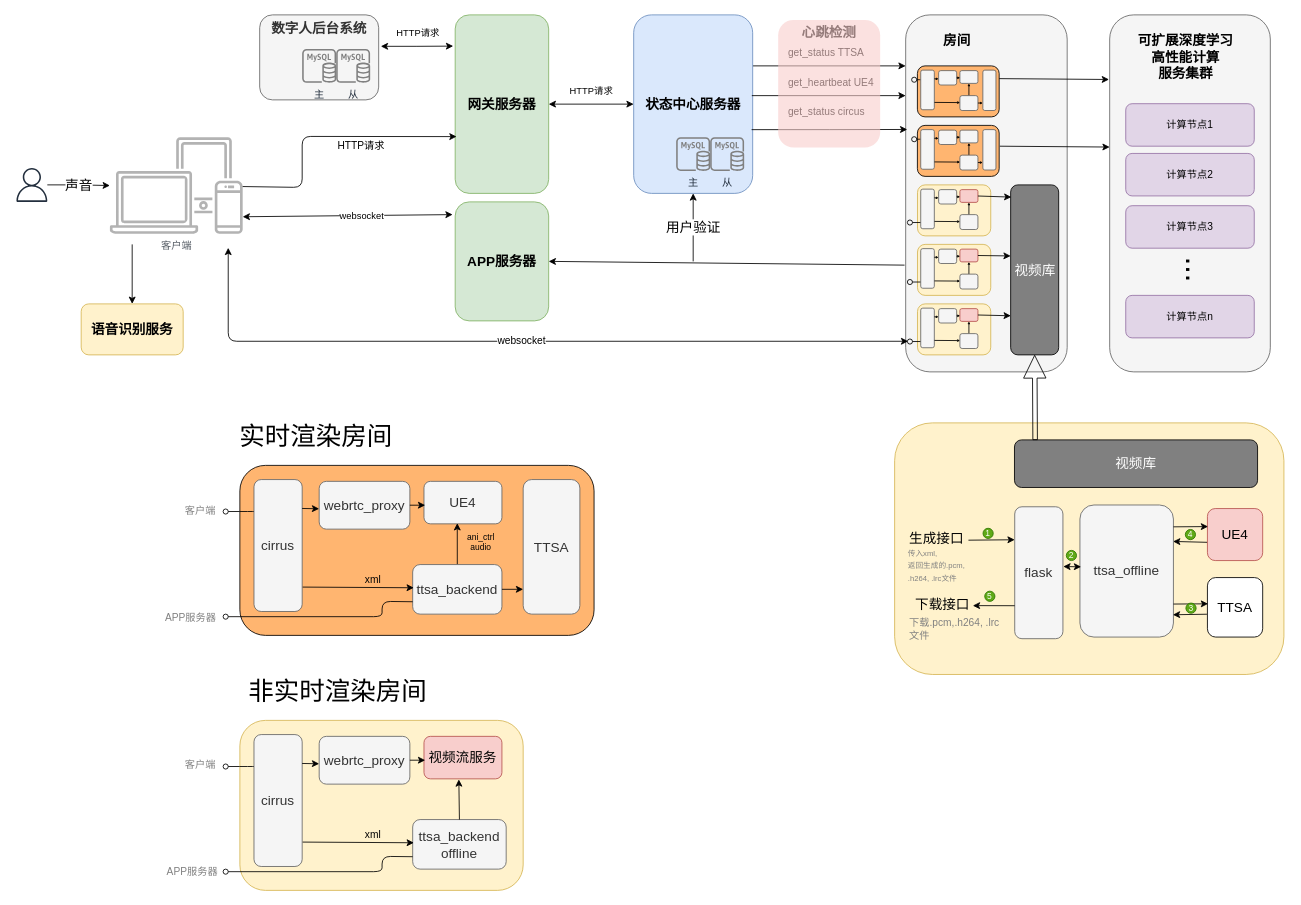
This is page "Page-4" (4 of 4) of assets/drawio/ttsa.drawio from atanx/atanx.github.io, a draw.io file, before an edit. Source tidied: cells renumbered, new cells numbered last; positions are measured from the earlier drawing's top-left corner, leaving out a move shared by most shapes. Both pictures are drawn from the tidied source at 85%, with x=0, y=0 at pixel (14, 14).
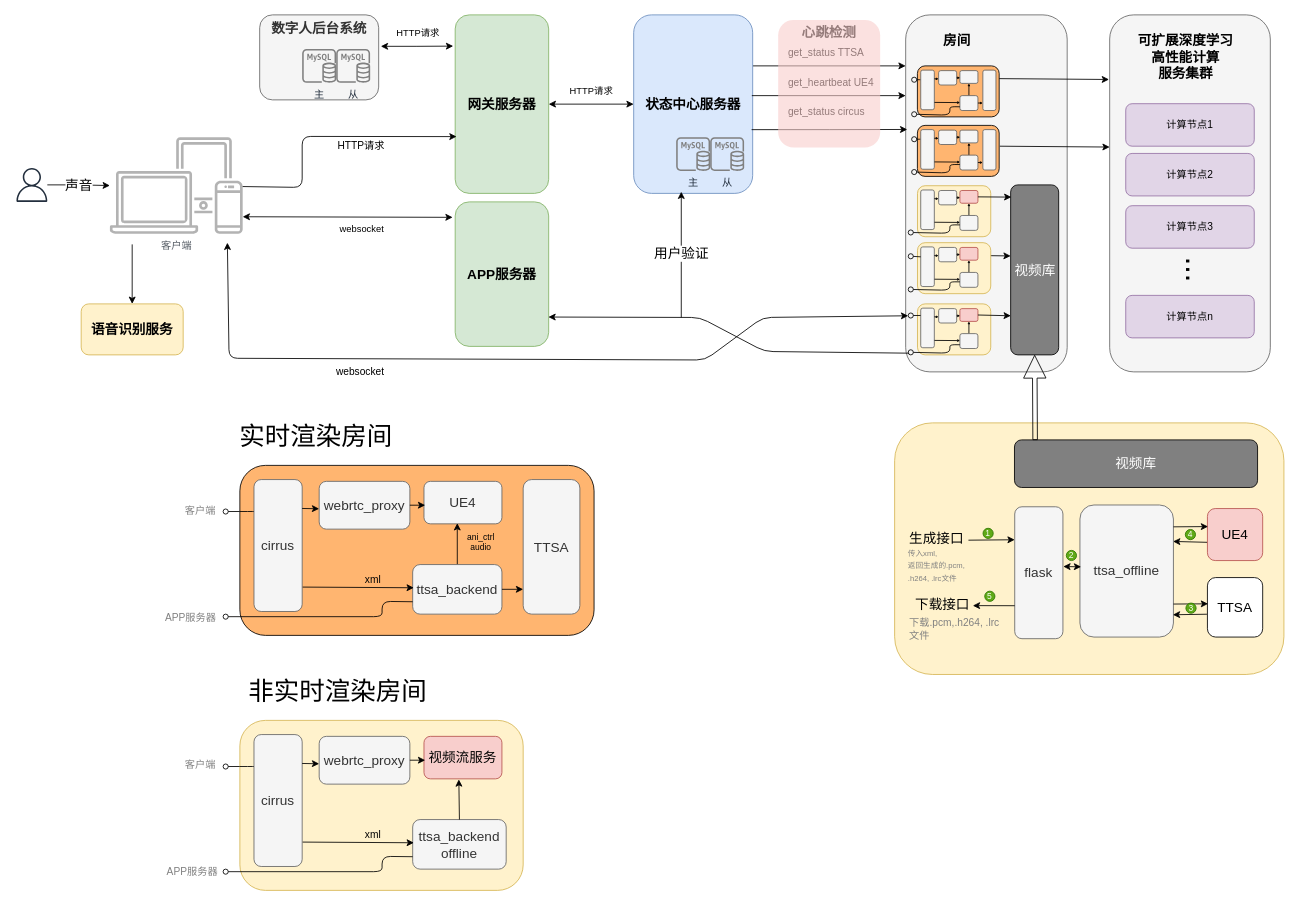
After the change.

The change refers to these unchanged cells:
```xml
<mxCell id="2" value="客户端" style="outlineConnect=0;gradientColor=none;fontColor=#545B64;strokeColor=none;fillColor=#B3B3B3;dashed=0;verticalLabelPosition=bottom;verticalAlign=top;align=center;html=1;fontSize=12;fontStyle=0;shape=mxgraph.aws4.illustration_devices;" parent="1" vertex="1">
  <mxGeometry x="111.8" y="143.8" width="156.2" height="114" as="geometry" />
</mxCell>
<mxCell id="8" value="状态中心服务器" style="rounded=1;whiteSpace=wrap;html=1;fillColor=#dae8fc;strokeColor=#6c8ebf;fontStyle=1;fontSize=16;" parent="1" vertex="1">
  <mxGeometry x="728" width="140" height="210" as="geometry" />
</mxCell>
<mxCell id="9" style="rounded=1;whiteSpace=wrap;html=1;fillColor=#f5f5f5;strokeColor=#666666;fontColor=#333333;" parent="1" vertex="1">
  <mxGeometry x="1048" width="190" height="420" as="geometry" />
</mxCell>
<mxCell id="35" value="get_status circus" style="text;html=1;fontSize=12;fontColor=#000000;" parent="1" vertex="1">
  <mxGeometry x="908" y="100" width="150" height="30" as="geometry" />
</mxCell>
<mxCell id="44" style="rounded=1;whiteSpace=wrap;html=1;strokeColor=#666666;fillColor=#f5f5f5;fontSize=16;fontColor=#333333;" parent="38" vertex="1">
  <mxGeometry x="53.8" y="35" width="21.2" height="17.5" as="geometry" />
</mxCell>
<mxCell id="51" style="group;" parent="1" vertex="1">
  <mxGeometry x="1058" y="130" width="113.5" height="67.5" as="geometry" />
</mxCell>
<mxCell id="67" value="视频库" style="rounded=1;whiteSpace=wrap;html=1;strokeColor=#000000;fillColor=#808080;gradientColor=none;fontSize=16;fontColor=#FFFFFF;" parent="1" vertex="1">
  <mxGeometry x="1171.5" y="200" width="56.5" height="200" as="geometry" />
</mxCell>
<mxCell id="68" style="group;" parent="1" vertex="1">
  <mxGeometry x="1058" y="340" width="113.5" height="67.5" as="geometry" />
</mxCell>
<mxCell id="71" style="rounded=1;whiteSpace=wrap;html=1;strokeColor=#666666;fillColor=#f5f5f5;fontSize=16;fontColor=#333333;" parent="68" vertex="1">
  <mxGeometry x="7.7" y="5" width="16" height="46.6" as="geometry" />
</mxCell>
```

What changed in the source:
```diff
@@
     <mxCell id="6" value="APP服务器" style="rounded=1;whiteSpace=wrap;html=1;fillColor=#d5e8d4;strokeColor=#82b366;fontStyle=1;fontSize=16;" parent="1" vertex="1">
-      <mxGeometry x="518" y="220" width="110" height="140" as="geometry" />
+      <mxGeometry x="518" y="220" width="110" height="170" as="geometry" />
     </mxCell>
@@
     <mxCell id="17" value="websocket" style="endArrow=classic;html=1;startArrow=classic;startFill=1;exitX=1;exitY=0.823;exitDx=0;exitDy=0;exitPerimeter=0;entryX=-0.027;entryY=0.107;entryDx=0;entryDy=0;entryPerimeter=0;" parent="1" edge="1" source="2" target="6">
-      <mxGeometry x="0.13" y="-1" relative="1" as="geometry" />
+      <mxGeometry x="0.13" y="-14" relative="1" as="geometry" />
     </mxCell>
@@
-    <mxCell id="23" style="endArrow=classic;html=1;fontSize=16;entryX=1;entryY=0.5;entryDx=0;entryDy=0;exitX=-0.007;exitY=0.701;exitDx=0;exitDy=0;exitPerimeter=0;" parent="1" edge="1" source="9" target="6">
+    <mxCell id="23" style="endArrow=classic;html=1;fontSize=16;entryX=0.997;entryY=0.797;entryDx=0;entryDy=0;entryPerimeter=0;" parent="1" edge="1" target="6">
       <mxGeometry x="-0.66" y="29" relative="1" as="geometry">
+        <mxPoint x="1052" y="398" as="sourcePoint" />
+        <Array as="points">
+          <mxPoint x="882" y="396" />
+          <mxPoint x="806" y="356" />
+        </Array>
         <mxPoint x="-29" y="29" as="offset" />
       </mxGeometry>
     </mxCell>
-    <mxCell id="24" value="用户验证" style="endArrow=classic;html=1;fontSize=16;entryX=0.5;entryY=1;entryDx=0;entryDy=0;" parent="1" edge="1" target="8">
+    <mxCell id="24" value="用户验证" style="endArrow=classic;html=1;fontSize=16;" parent="1" edge="1">
       <mxGeometry x="0.01" relative="1" as="geometry">
-        <mxPoint x="798" y="290" as="sourcePoint" />
+        <mxPoint x="784" y="356" as="sourcePoint" />
+        <mxPoint x="784" y="208" as="targetPoint" />
       </mxGeometry>
     </mxCell>
@@
+    <mxCell id="165" style="endArrow=none;startArrow=oval;html=1;strokeWidth=1;fontSize=12;fontColor=#808080;entryX=0;entryY=0.75;entryDx=0;entryDy=0;startFill=0;endFill=0;" parent="51" edge="1">
+      <mxGeometry relative="1" as="geometry">
+        <mxPoint y="54.9" as="sourcePoint" />
+        <mxPoint x="53.8" y="46.1" as="targetPoint" />
+        <Array as="points">
+          <mxPoint x="42" y="56" />
+          <mxPoint x="42" y="46" />
+        </Array>
+      </mxGeometry>
+    </mxCell>
     <mxCell id="64" value="websocket" style="endArrow=classic;startArrow=classic;html=1;strokeWidth=1;fontSize=12;fontColor=#000000;" parent="1" edge="1">
-      <mxGeometry relative="1" as="geometry">
-        <mxPoint x="251" y="274" as="sourcePoint" />
-        <mxPoint x="1051" y="384" as="targetPoint" />
+      <mxGeometry x="-0.39" y="-15" relative="1" as="geometry">
+        <mxPoint x="250" y="268" as="sourcePoint" />
+        <mxPoint x="1051" y="354" as="targetPoint" />
         <Array as="points">
-          <mxPoint x="251" y="384" />
+          <mxPoint x="252" y="404" />
+          <mxPoint x="812" y="406" />
+          <mxPoint x="880" y="356" />
         </Array>
       </mxGeometry>
     </mxCell>
@@
-    <mxCell id="70" style="edgeStyle=orthogonalEdgeStyle;orthogonalLoop=1;jettySize=auto;html=1;exitX=0.01;exitY=0.845;exitDx=0;exitDy=0;startArrow=none;startFill=0;endArrow=oval;endFill=0;fontSize=16;fontColor=#000000;exitPerimeter=0;curved=1;" parent="68" edge="1">
-      <mxGeometry relative="1" as="geometry">
-        <mxPoint x="22.9" y="44.3" as="sourcePoint" />
-        <mxPoint x="-5" y="44" as="targetPoint" />
-      </mxGeometry>
-    </mxCell>
@@
-    <mxCell id="79" style="group;" parent="1" vertex="1">
-      <mxGeometry x="1058" y="270" width="113.5" height="67.5" as="geometry" />
-    </mxCell>
-    <mxCell id="80" style="rounded=1;whiteSpace=wrap;html=1;fillColor=#fff2cc;fontSize=16;strokeColor=#d6b656;" parent="79" vertex="1">
-      <mxGeometry x="3.9" width="86.2" height="60" as="geometry" />
-    </mxCell>
-    <mxCell id="81" style="edgeStyle=orthogonalEdgeStyle;orthogonalLoop=1;jettySize=auto;html=1;exitX=0.01;exitY=0.845;exitDx=0;exitDy=0;startArrow=none;startFill=0;endArrow=oval;endFill=0;fontSize=16;fontColor=#000000;exitPerimeter=0;curved=1;" parent="79" edge="1">
-      <mxGeometry relative="1" as="geometry">
-        <mxPoint x="22.9" y="44.3" as="sourcePoint" />
-        <mxPoint x="-5" y="44" as="targetPoint" />
-      </mxGeometry>
-    </mxCell>
-    <mxCell id="82" style="rounded=1;whiteSpace=wrap;html=1;strokeColor=#666666;fillColor=#f5f5f5;fontSize=16;fontColor=#333333;" parent="79" vertex="1">
-      <mxGeometry x="7.7" y="5" width="16" height="46.6" as="geometry" />
-    </mxCell>
-    <mxCell id="83" style="rounded=1;whiteSpace=wrap;html=1;strokeColor=#b85450;fillColor=#f8cecc;fontSize=16;" parent="79" vertex="1">
-      <mxGeometry x="53.8" y="5.6" width="21.2" height="15" as="geometry" />
-    </mxCell>
-    <mxCell id="84" style="edgeStyle=orthogonalEdgeStyle;rounded=0;jettySize=auto;html=1;exitX=0.5;exitY=0;exitDx=0;exitDy=0;entryX=0.5;entryY=1;entryDx=0;entryDy=0;startArrow=none;startFill=0;endArrow=classic;endFill=1;fontSize=16;fontColor=#000000;endSize=1;" parent="79" edge="1" source="85" target="83">
-      <mxGeometry relative="1" as="geometry" />
-    </mxCell>
-    <mxCell id="85" style="rounded=1;whiteSpace=wrap;html=1;strokeColor=#666666;fillColor=#f5f5f5;fontSize=16;fontColor=#333333;" parent="79" vertex="1">
-      <mxGeometry x="53.8" y="35" width="21.2" height="17.5" as="geometry" />
-    </mxCell>
-    <mxCell id="86" style="rounded=1;whiteSpace=wrap;html=1;strokeColor=#666666;fillColor=#f5f5f5;fontSize=16;fontColor=#333333;" parent="79" vertex="1">
-      <mxGeometry x="28.8" y="5.6" width="21.2" height="16.9" as="geometry" />
-    </mxCell>
-    <mxCell id="87" style="endArrow=classic;html=1;fontSize=16;fontColor=#000000;exitX=1.01;exitY=0.815;exitDx=0;exitDy=0;entryX=0.013;entryY=0.468;entryDx=0;entryDy=0;entryPerimeter=0;exitPerimeter=0;startSize=1;endSize=1;" parent="79" edge="1" source="82" target="85">
-      <mxGeometry relative="1" as="geometry" />
-    </mxCell>
-    <mxCell id="88" style="endArrow=classic;html=1;fontSize=16;fontColor=#000000;exitX=0.999;exitY=0.219;exitDx=0;exitDy=0;entryX=0;entryY=0.574;entryDx=0;entryDy=0;entryPerimeter=0;exitPerimeter=0;endSize=1;" parent="79" edge="1" source="82" target="86">
-      <mxGeometry relative="1" as="geometry" />
-    </mxCell>
-    <mxCell id="89" style="endArrow=classic;html=1;fontSize=16;fontColor=#000000;entryX=0.016;entryY=0.561;entryDx=0;entryDy=0;entryPerimeter=0;endSize=1;" parent="79" edge="1" source="86" target="83">
-      <mxGeometry relative="1" as="geometry" />
-    </mxCell>
+    <mxCell id="166" style="endArrow=none;startArrow=oval;html=1;strokeWidth=1;fontSize=12;fontColor=#808080;entryX=0;entryY=0.75;entryDx=0;entryDy=0;startFill=0;endFill=0;" parent="68" edge="1">
+      <mxGeometry relative="1" as="geometry">
+        <mxPoint x="-4" y="57" as="sourcePoint" />
+        <mxPoint x="53.8" y="48.1" as="targetPoint" />
+        <Array as="points">
+          <mxPoint x="42" y="58" />
+          <mxPoint x="42" y="48" />
+        </Array>
+      </mxGeometry>
+    </mxCell>
     <mxCell id="90" style="group;" parent="1" vertex="1">
-      <mxGeometry x="1058" y="200" width="113.5" height="67.5" as="geometry" />
+      <mxGeometry x="1058" y="201" width="113.5" height="67.5" as="geometry" />
     </mxCell>
@@
-    <mxCell id="92" style="edgeStyle=orthogonalEdgeStyle;orthogonalLoop=1;jettySize=auto;html=1;exitX=0.01;exitY=0.845;exitDx=0;exitDy=0;startArrow=none;startFill=0;endArrow=oval;endFill=0;fontSize=16;fontColor=#000000;exitPerimeter=0;curved=1;" parent="90" edge="1">
-      <mxGeometry relative="1" as="geometry">
-        <mxPoint x="22.9" y="44.3" as="sourcePoint" />
-        <mxPoint x="-5" y="44" as="targetPoint" />
-      </mxGeometry>
-    </mxCell>
@@
+    <mxCell id="167" style="endArrow=none;startArrow=oval;html=1;strokeWidth=1;fontSize=12;fontColor=#808080;entryX=0;entryY=0.75;entryDx=0;entryDy=0;startFill=0;endFill=0;" parent="90" edge="1">
+      <mxGeometry relative="1" as="geometry">
+        <mxPoint x="-4" y="55" as="sourcePoint" />
+        <mxPoint x="53.8" y="46.1" as="targetPoint" />
+        <Array as="points">
+          <mxPoint x="42" y="56" />
+          <mxPoint x="42" y="46" />
+        </Array>
+      </mxGeometry>
+    </mxCell>
@@
-    <mxCell id="136" style="endArrow=classic;html=1;strokeWidth=1;fontSize=16;fontColor=#FFFFFF;exitX=1;exitY=0.5;exitDx=0;exitDy=0;entryX=0.001;entryY=0.418;entryDx=0;entryDy=0;entryPerimeter=0;" parent="1" edge="1" source="83" target="67">
-      <mxGeometry relative="1" as="geometry" />
+    <mxCell id="136" style="endArrow=classic;html=1;strokeWidth=1;fontSize=16;fontColor=#FFFFFF;exitX=1;exitY=0.5;exitDx=0;exitDy=0;entryX=0.001;entryY=0.418;entryDx=0;entryDy=0;entryPerimeter=0;" parent="1" edge="1" target="67">
+      <mxGeometry relative="1" as="geometry">
+        <mxPoint x="1133" y="283.1" as="sourcePoint" />
+      </mxGeometry>
     </mxCell>
@@
+    <mxCell id="168" style="endArrow=none;startArrow=oval;html=1;strokeWidth=1;fontSize=12;fontColor=#808080;entryX=0;entryY=0.75;entryDx=0;entryDy=0;startFill=0;endFill=0;" parent="1" edge="1" source="35" target="44">
+      <mxGeometry relative="1" as="geometry">
+        <Array as="points">
+          <mxPoint x="1100" y="118" />
+          <mxPoint x="1100" y="108" />
+        </Array>
+      </mxGeometry>
+    </mxCell>
+    <mxCell id="169" style="group;" parent="1" vertex="1">
+      <mxGeometry x="1058" y="268" width="113.5" height="67.5" as="geometry" />
+    </mxCell>
+    <mxCell id="80" style="rounded=1;whiteSpace=wrap;html=1;fillColor=#fff2cc;fontSize=16;strokeColor=#d6b656;" parent="169" vertex="1">
+      <mxGeometry x="3.9" width="86.2" height="60" as="geometry" />
+    </mxCell>
+    <mxCell id="82" style="rounded=1;whiteSpace=wrap;html=1;strokeColor=#666666;fillColor=#f5f5f5;fontSize=16;fontColor=#333333;" parent="169" vertex="1">
+      <mxGeometry x="7.7" y="5" width="16" height="46.6" as="geometry" />
+    </mxCell>
+    <mxCell id="83" style="rounded=1;whiteSpace=wrap;html=1;strokeColor=#b85450;fillColor=#f8cecc;fontSize=16;" parent="169" vertex="1">
+      <mxGeometry x="53.8" y="5.6" width="21.2" height="15" as="geometry" />
+    </mxCell>
+    <mxCell id="84" style="edgeStyle=orthogonalEdgeStyle;rounded=0;jettySize=auto;html=1;exitX=0.5;exitY=0;exitDx=0;exitDy=0;entryX=0.5;entryY=1;entryDx=0;entryDy=0;startArrow=none;startFill=0;endArrow=classic;endFill=1;fontSize=16;fontColor=#000000;endSize=1;" parent="169" edge="1" source="85" target="83">
+      <mxGeometry relative="1" as="geometry" />
+    </mxCell>
+    <mxCell id="85" style="rounded=1;whiteSpace=wrap;html=1;strokeColor=#666666;fillColor=#f5f5f5;fontSize=16;fontColor=#333333;" parent="169" vertex="1">
+      <mxGeometry x="53.8" y="35" width="21.2" height="17.5" as="geometry" />
+    </mxCell>
+    <mxCell id="86" style="rounded=1;whiteSpace=wrap;html=1;strokeColor=#666666;fillColor=#f5f5f5;fontSize=16;fontColor=#333333;" parent="169" vertex="1">
+      <mxGeometry x="28.8" y="5.6" width="21.2" height="16.9" as="geometry" />
+    </mxCell>
+    <mxCell id="87" style="endArrow=classic;html=1;fontSize=16;fontColor=#000000;exitX=1.01;exitY=0.815;exitDx=0;exitDy=0;entryX=0.013;entryY=0.468;entryDx=0;entryDy=0;entryPerimeter=0;exitPerimeter=0;startSize=1;endSize=1;" parent="169" edge="1" source="82" target="85">
+      <mxGeometry relative="1" as="geometry" />
+    </mxCell>
+    <mxCell id="88" style="endArrow=classic;html=1;fontSize=16;fontColor=#000000;exitX=0.999;exitY=0.219;exitDx=0;exitDy=0;entryX=0;entryY=0.574;entryDx=0;entryDy=0;entryPerimeter=0;exitPerimeter=0;endSize=1;" parent="169" edge="1" source="82" target="86">
+      <mxGeometry relative="1" as="geometry" />
+    </mxCell>
+    <mxCell id="89" style="endArrow=classic;html=1;fontSize=16;fontColor=#000000;entryX=0.016;entryY=0.561;entryDx=0;entryDy=0;entryPerimeter=0;endSize=1;" parent="169" edge="1" source="86" target="83">
+      <mxGeometry relative="1" as="geometry" />
+    </mxCell>
+    <mxCell id="170" style="endArrow=none;startArrow=oval;html=1;strokeWidth=1;fontSize=12;fontColor=#808080;entryX=0;entryY=0.75;entryDx=0;entryDy=0;startFill=0;endFill=0;" parent="169" edge="1">
+      <mxGeometry relative="1" as="geometry">
+        <mxPoint x="-4" y="55" as="sourcePoint" />
+        <mxPoint x="53.8" y="46.1" as="targetPoint" />
+        <Array as="points">
+          <mxPoint x="42" y="56" />
+          <mxPoint x="42" y="46" />
+        </Array>
+      </mxGeometry>
+    </mxCell>
+    <mxCell id="171" style="jettySize=auto;html=1;exitX=0;exitY=0.25;exitDx=0;exitDy=0;startArrow=none;startFill=0;startSize=1;endArrow=oval;endFill=0;endSize=6;strokeWidth=1;fontSize=12;fontColor=#808080;" parent="1" edge="1" source="82">
+      <mxGeometry relative="1" as="geometry">
+        <mxPoint x="1054" y="284" as="targetPoint" />
+      </mxGeometry>
+    </mxCell>
+    <mxCell id="172" style="jettySize=auto;html=1;exitX=-0.007;exitY=0.186;exitDx=0;exitDy=0;startArrow=none;startFill=0;startSize=1;endArrow=oval;endFill=0;endSize=6;strokeWidth=1;fontSize=12;fontColor=#808080;exitPerimeter=0;" parent="1" edge="1" source="71">
+      <mxGeometry relative="1" as="geometry">
+        <mxPoint x="1054" y="353.7" as="targetPoint" />
+      </mxGeometry>
+    </mxCell>
```
